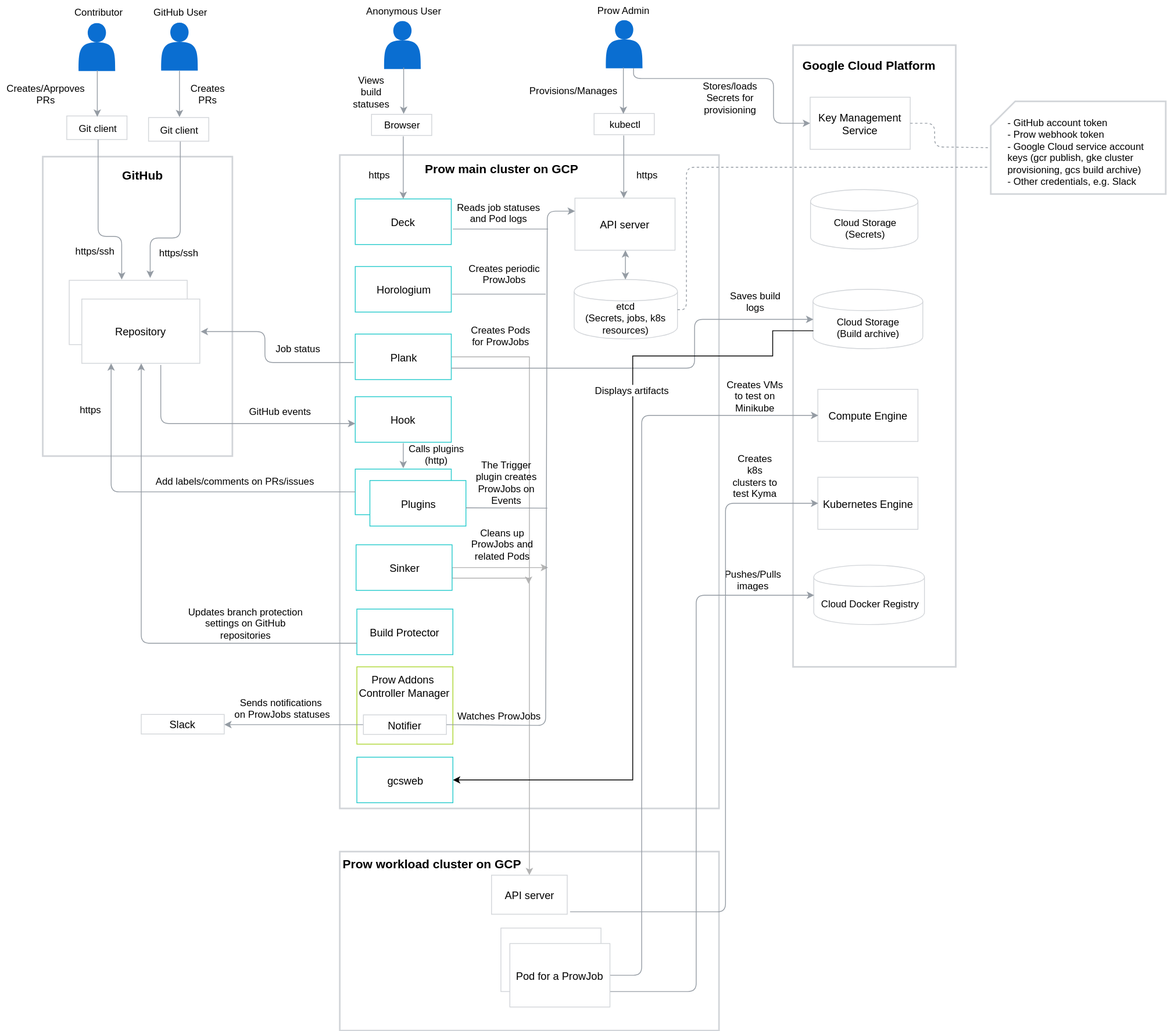
Earlier version of the draw.io export docs/prow/assets/prow-architecture.svg (kyma-project/test-infra). Source tidied: cells renumbered, new cells last; positions are measured from the earlier drawing's top-left corner, leaving out a move shared by most shapes.
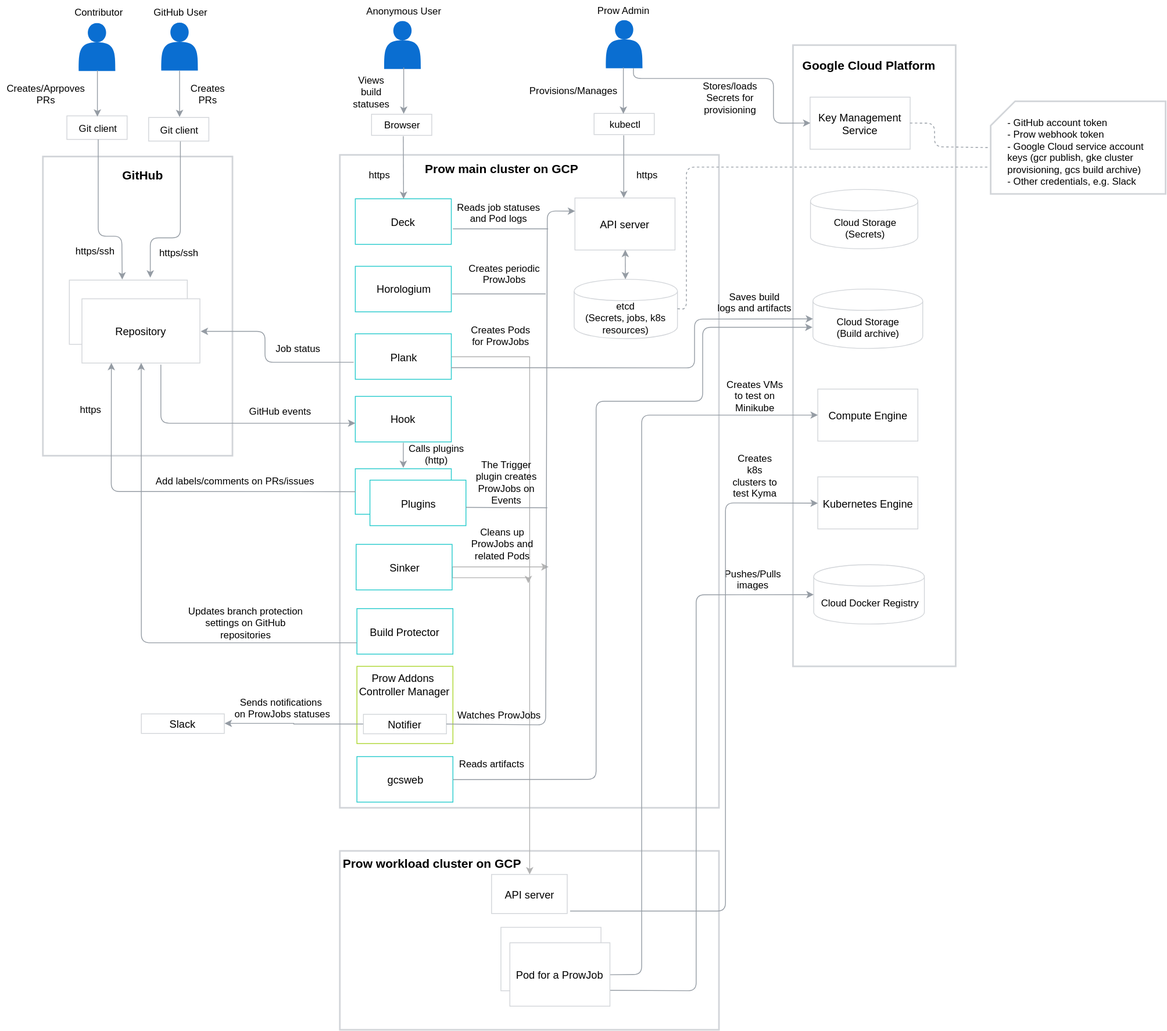
After the commit.

The edit, as a diff of the source:
```diff
@@ -283,8 +283,8 @@
         </Array>
       </mxGeometry>
     </mxCell>
-    <mxCell id="70" value="Saves build &lt;br&gt;logs" style="text;html=1;strokeColor=none;fillColor=none;align=center;verticalAlign=middle;whiteSpace=wrap;rounded=0;" parent="1" vertex="1">
-      <mxGeometry x="890" y="350.5" width="76" height="37" as="geometry" />
+    <mxCell id="70" value="Saves build &lt;br&gt;logs and artifacts" style="text;html=1;strokeColor=none;fillColor=none;align=center;verticalAlign=middle;whiteSpace=wrap;rounded=0;" parent="1" vertex="1">
+      <mxGeometry x="878" y="351" width="96" height="37" as="geometry" />
     </mxCell>
     <mxCell id="71" style="endArrow=classic;html=1;strokeColor=#959CA4;entryX=0.5;entryY=0;" parent="1" edge="1">
       <mxGeometry relative="1" as="geometry">
@@ -434,24 +434,22 @@
     <mxCell id="103" value="&lt;font style=&quot;font-size: 13px&quot;&gt;API server&lt;/font&gt;" style="rounded=0;whiteSpace=wrap;html=1;strokeColor=#D2D5D9;strokeWidth=1;" parent="1" vertex="1">
       <mxGeometry x="603.5" y="1074" width="93" height="48" as="geometry" />
     </mxCell>
-    <mxCell id="104" style="edgeStyle=orthogonalEdgeStyle;rounded=0;jettySize=auto;html=1;entryX=0;entryY=0.7;entryDx=0;entryDy=0;startArrow=classic;startFill=1;endArrow=none;endFill=0;" parent="1" edge="1" source="107" target="61">
-      <mxGeometry relative="1" as="geometry">
-        <Array as="points">
-          <mxPoint x="777" y="957" />
-          <mxPoint x="777" y="436" />
-          <mxPoint x="949" y="436" />
-          <mxPoint x="949" y="405" />
-        </Array>
-      </mxGeometry>
-    </mxCell>
-    <mxCell id="105" value="&lt;br&gt;&lt;br&gt;" style="text;html=1;align=center;verticalAlign=middle;labelBackgroundColor=#ffffff;" parent="104" vertex="1">
-      <mxGeometry x="0.14" y="4" relative="1" as="geometry" />
-    </mxCell>
-    <mxCell id="106" value="Displays artifacts&lt;br&gt;" style="text;html=1;align=center;verticalAlign=middle;labelBackgroundColor=#ffffff;" parent="104" vertex="1">
-      <mxGeometry x="0.41" y="1" relative="1" as="geometry" />
-    </mxCell>
     <mxCell id="107" value="&lt;font style=&quot;font-size: 13px&quot;&gt;gcsweb&lt;/font&gt;" style="rounded=0;whiteSpace=wrap;html=1;strokeColor=#24CACC;strokeWidth=1;" parent="1" vertex="1">
       <mxGeometry x="438" y="929" width="118" height="56" as="geometry" />
     </mxCell>
+    <mxCell id="108" style="endArrow=classic;html=1;strokeColor=#959CA4;exitX=1;exitY=0.5;exitDx=0;exitDy=0;" parent="1" edge="1" source="107">
+      <mxGeometry relative="1" as="geometry">
+        <mxPoint x="998" y="401" as="targetPoint" />
+        <Array as="points">
+          <mxPoint x="732" y="957" />
+          <mxPoint x="732" y="492" />
+          <mxPoint x="863" y="492" />
+          <mxPoint x="863" y="401" />
+        </Array>
+      </mxGeometry>
+    </mxCell>
+    <mxCell id="109" value="Reads artifacts" style="text;html=1;strokeColor=none;fillColor=none;align=center;verticalAlign=middle;whiteSpace=wrap;rounded=0;" parent="1" vertex="1">
+      <mxGeometry x="552.5" y="920" width="102" height="37" as="geometry" />
+    </mxCell>
   </root>
 </mxGraphModel>
```
